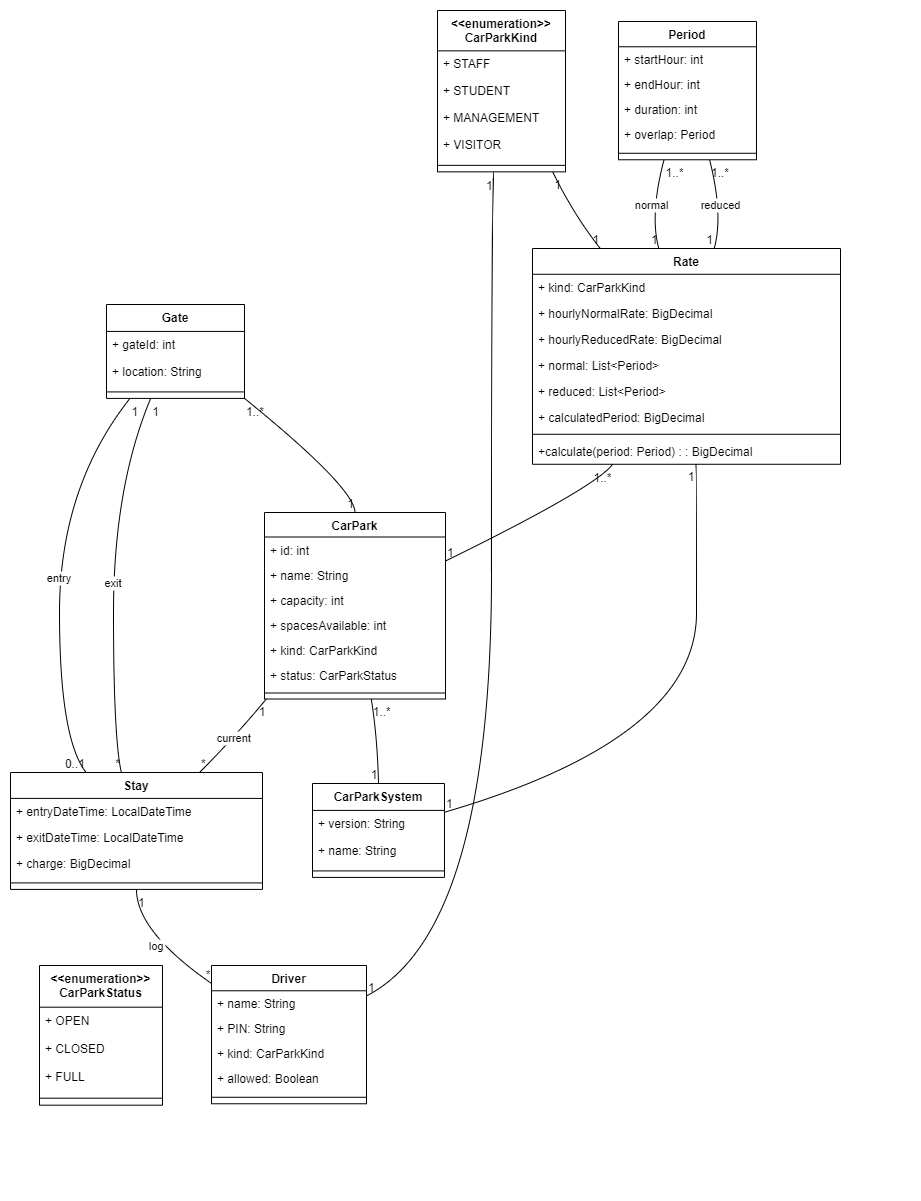
SamCull/VerificationRepeat keeps this draw.io diagram as src/cm/task4ClassDiagram.png. Above is the earlier version. Source tidied: cells renumbered, new cells last; positions are measured from the earlier drawing's top-left corner, leaving out a move shared by most shapes.
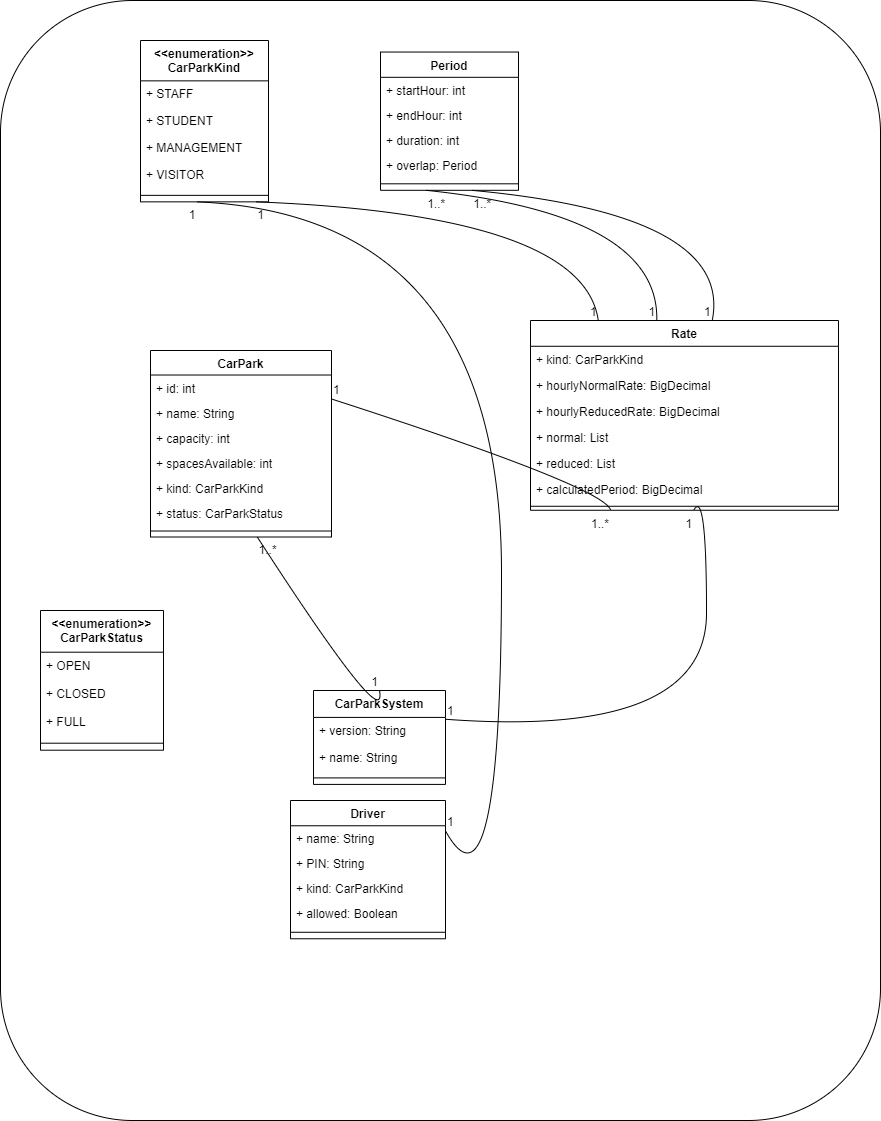
Later version of the same file.

Change to the diagram source:
```diff
@@ -4,7 +4,7 @@
     <mxCell id="1" parent="0" />
-    <mxCell id="2" style="rounded=0;whiteSpace=wrap;html=1;strokeColor=#FFFFFF;" parent="1" vertex="1">
-      <mxGeometry width="920" height="1200" as="geometry" />
-    </mxCell>
+    <mxCell id="92" style="rounded=1;whiteSpace=wrap;html=1;" parent="1" vertex="1">
+      <mxGeometry x="-10" width="880" height="1120" as="geometry" />
+    </mxCell>
-    <mxCell id="3" value="&lt;&lt;enumeration&gt;&gt;&#10;CarParkKind" style="swimlane;fontStyle=1;align=center;verticalAlign=top;horizontal=1;startSize=40.349998474121094;fillColor=default;" parent="1" vertex="1">
-      <mxGeometry x="437" y="10" width="128" height="161.3" as="geometry" />
+    <mxCell id="3" value="&lt;&lt;enumeration&gt;&gt;&#10;CarParkKind" style="swimlane;fontStyle=1;align=center;verticalAlign=top;horizontal=1;startSize=40.349998474121094;" parent="1" vertex="1">
+      <mxGeometry x="130" y="40" width="128" height="161.3" as="geometry" />
     </mxCell>
@@ -26,3 +26,3 @@
     <mxCell id="9" value="&lt;&lt;enumeration&gt;&gt;&#10;CarParkStatus" style="swimlane;fontStyle=1;align=center;verticalAlign=top;horizontal=1;startSize=41.7;" parent="1" vertex="1">
-      <mxGeometry x="39" y="965" width="123" height="139.7" as="geometry" />
+      <mxGeometry x="30" y="610" width="123" height="139.7" as="geometry" />
     </mxCell>
@@ -41,3 +41,3 @@
     <mxCell id="14" value="Driver" style="swimlane;fontStyle=1;align=center;verticalAlign=top;horizontal=1;startSize=25.272727272727273;" parent="1" vertex="1">
-      <mxGeometry x="211" y="965" width="155" height="138.3" as="geometry" />
+      <mxGeometry x="280" y="800" width="155" height="138.3" as="geometry" />
     </mxCell>
@@ -58,31 +58,4 @@
     </mxCell>
-    <mxCell id="20" value="Stay" style="swimlane;fontStyle=1;align=center;verticalAlign=top;horizontal=1;startSize=25.91111077202691;" parent="1" vertex="1">
-      <mxGeometry x="10" y="772" width="252" height="116.9" as="geometry" />
-    </mxCell>
-    <mxCell id="21" value="+ entryDateTime: LocalDateTime" style="text;strokeColor=none;fillColor=none;align=left;verticalAlign=top;spacingLeft=4;spacingRight=4;overflow=hidden;" parent="20" vertex="1">
-      <mxGeometry y="25.9" width="252" height="26" as="geometry" />
-    </mxCell>
-    <mxCell id="22" value="+ exitDateTime: LocalDateTime" style="text;strokeColor=none;fillColor=none;align=left;verticalAlign=top;spacingLeft=4;spacingRight=4;overflow=hidden;" parent="20" vertex="1">
-      <mxGeometry y="51.9" width="252" height="26" as="geometry" />
-    </mxCell>
-    <mxCell id="23" value="+ charge: BigDecimal" style="text;strokeColor=none;fillColor=none;align=left;verticalAlign=top;spacingLeft=4;spacingRight=4;overflow=hidden;" parent="20" vertex="1">
-      <mxGeometry y="77.9" width="252" height="26" as="geometry" />
-    </mxCell>
-    <mxCell id="24" style="line;strokeWidth=1;fillColor=none;align=left;verticalAlign=middle;spacingTop=-1;spacingLeft=3;spacingRight=3;labelPosition=right;strokeColor=inherit;" parent="20" vertex="1">
-      <mxGeometry y="103.9" width="252" height="13" as="geometry" />
-    </mxCell>
-    <mxCell id="25" value="Gate" style="swimlane;fontStyle=1;align=center;verticalAlign=top;horizontal=1;startSize=26.91428484235491;" parent="1" vertex="1">
-      <mxGeometry x="106" y="304" width="138" height="93.9" as="geometry" />
-    </mxCell>
-    <mxCell id="26" value="+ gateId: int" style="text;strokeColor=none;fillColor=none;align=left;verticalAlign=top;spacingLeft=4;spacingRight=4;overflow=hidden;" parent="25" vertex="1">
-      <mxGeometry y="26.9" width="138" height="27" as="geometry" />
-    </mxCell>
-    <mxCell id="27" value="+ location: String" style="text;strokeColor=none;fillColor=none;align=left;verticalAlign=top;spacingLeft=4;spacingRight=4;overflow=hidden;" parent="25" vertex="1">
-      <mxGeometry y="53.9" width="138" height="27" as="geometry" />
-    </mxCell>
-    <mxCell id="28" style="line;strokeWidth=1;fillColor=none;align=left;verticalAlign=middle;spacingTop=-1;spacingLeft=3;spacingRight=3;labelPosition=right;strokeColor=inherit;" parent="25" vertex="1">
-      <mxGeometry y="80.9" width="138" height="13" as="geometry" />
-    </mxCell>
     <mxCell id="29" value="CarParkSystem" style="swimlane;fontStyle=1;align=center;verticalAlign=top;horizontal=1;startSize=26.91428484235491;" parent="1" vertex="1">
-      <mxGeometry x="312" y="783" width="132" height="93.9" as="geometry" />
+      <mxGeometry x="303" y="690" width="132" height="93.9" as="geometry" />
     </mxCell>
@@ -98,3 +71,3 @@
     <mxCell id="33" value="CarPark" style="swimlane;fontStyle=1;align=center;verticalAlign=top;horizontal=1;startSize=24.50666707356771;" parent="1" vertex="1">
-      <mxGeometry x="264" y="512" width="181" height="186.5" as="geometry" />
+      <mxGeometry x="140" y="350" width="181" height="186.5" as="geometry" />
     </mxCell>
@@ -122,3 +95,3 @@
     <mxCell id="41" value="Period" style="swimlane;fontStyle=1;align=center;verticalAlign=top;horizontal=1;startSize=25.272727272727273;" parent="1" vertex="1">
-      <mxGeometry x="618" y="21" width="138" height="138.3" as="geometry" />
+      <mxGeometry x="370" y="51.5" width="138" height="138.3" as="geometry" />
     </mxCell>
@@ -140,3 +113,3 @@
     <mxCell id="47" value="Rate" style="swimlane;fontStyle=1;align=center;verticalAlign=top;horizontal=1;startSize=25.774999618530273;" parent="1" vertex="1">
-      <mxGeometry x="532" y="248" width="308" height="215.8" as="geometry" />
+      <mxGeometry x="520" y="320" width="308" height="189.8" as="geometry" />
     </mxCell>
@@ -151,6 +124,6 @@
     </mxCell>
-    <mxCell id="51" value="+ normal: List&lt;Period&gt;" style="text;strokeColor=none;fillColor=none;align=left;verticalAlign=top;spacingLeft=4;spacingRight=4;overflow=hidden;" parent="47" vertex="1">
+    <mxCell id="51" value="+ normal: List" style="text;strokeColor=none;fillColor=none;align=left;verticalAlign=top;spacingLeft=4;spacingRight=4;overflow=hidden;" parent="47" vertex="1">
       <mxGeometry y="103.8" width="308" height="26" as="geometry" />
     </mxCell>
-    <mxCell id="52" value="+ reduced: List&lt;Period&gt;" style="text;strokeColor=none;fillColor=none;align=left;verticalAlign=top;spacingLeft=4;spacingRight=4;overflow=hidden;" parent="47" vertex="1">
+    <mxCell id="52" value="+ reduced: List" style="text;strokeColor=none;fillColor=none;align=left;verticalAlign=top;spacingLeft=4;spacingRight=4;overflow=hidden;" parent="47" vertex="1">
       <mxGeometry y="129.8" width="308" height="26" as="geometry" />
@@ -163,5 +136,2 @@
     </mxCell>
-    <mxCell id="55" value="+calculate(period: Period) : : BigDecimal" style="text;strokeColor=none;fillColor=none;align=left;verticalAlign=top;spacingLeft=4;spacingRight=4;overflow=hidden;" parent="47" vertex="1">
-      <mxGeometry y="189.8" width="308" height="26" as="geometry" />
-    </mxCell>
     <mxCell id="56" style="curved=1;startArrow=none;endArrow=none;exitX=1;exitY=0.22;entryX=0.44;entryY=1;rounded=0;" parent="1" edge="1" source="14" target="3">
@@ -174,75 +144,8 @@
     </mxCell>
-    <mxCell id="57" value="1" style="edgeLabel;labelBackgroundColor=none;fontSize=12;align=left;verticalAlign=bottom;" parent="56" vertex="1">
-      <mxGeometry x="-1" relative="1" as="geometry" />
-    </mxCell>
-    <mxCell id="58" value="1" style="edgeLabel;labelBackgroundColor=none;fontSize=12;align=right;verticalAlign=top;" parent="56" vertex="1">
-      <mxGeometry x="1" relative="1" as="geometry" />
-    </mxCell>
-    <mxCell id="59" value="log" style="curved=1;startArrow=none;endArrow=none;exitX=0;exitY=0.13;entryX=0.5;entryY=1;rounded=0;" parent="1" edge="1" source="14" target="20">
-      <mxGeometry relative="1" as="geometry">
-        <Array as="points">
-          <mxPoint x="136" y="931" />
-        </Array>
-      </mxGeometry>
-    </mxCell>
-    <mxCell id="60" value="*" style="edgeLabel;labelBackgroundColor=none;fontSize=12;align=right;verticalAlign=bottom;" parent="59" vertex="1">
-      <mxGeometry x="-1" relative="1" as="geometry" />
-    </mxCell>
-    <mxCell id="61" value="1" style="edgeLabel;labelBackgroundColor=none;fontSize=12;align=left;verticalAlign=top;" parent="59" vertex="1">
-      <mxGeometry x="1" relative="1" as="geometry" />
-    </mxCell>
-    <mxCell id="62" value="entry" style="curved=1;startArrow=none;endArrow=none;exitX=0.3;exitY=0;entryX=0.17;entryY=1;rounded=0;" parent="1" edge="1" source="20" target="25">
-      <mxGeometry relative="1" as="geometry">
-        <Array as="points">
-          <mxPoint x="59" y="738" />
-          <mxPoint x="59" y="487" />
-        </Array>
-      </mxGeometry>
-    </mxCell>
-    <mxCell id="63" value="0..1" style="edgeLabel;labelBackgroundColor=none;fontSize=12;align=right;verticalAlign=bottom;" parent="62" vertex="1">
-      <mxGeometry x="-1" relative="1" as="geometry" />
-    </mxCell>
-    <mxCell id="64" value="1" style="edgeLabel;labelBackgroundColor=none;fontSize=12;align=left;verticalAlign=top;" parent="62" vertex="1">
-      <mxGeometry x="1" relative="1" as="geometry" />
-    </mxCell>
-    <mxCell id="65" value="current" style="curved=1;startArrow=none;endArrow=none;exitX=0.75;exitY=0;entryX=0.01;entryY=1;rounded=0;" parent="1" edge="1" source="20" target="33">
-      <mxGeometry relative="1" as="geometry">
-        <Array as="points">
-          <mxPoint x="233" y="738" />
-        </Array>
-      </mxGeometry>
-    </mxCell>
-    <mxCell id="66" value="*" style="edgeLabel;labelBackgroundColor=none;fontSize=12;align=left;verticalAlign=bottom;" parent="65" vertex="1">
-      <mxGeometry x="-1" relative="1" as="geometry" />
-    </mxCell>
-    <mxCell id="67" value="1" style="edgeLabel;labelBackgroundColor=none;fontSize=12;align=right;verticalAlign=top;" parent="65" vertex="1">
-      <mxGeometry x="1" relative="1" as="geometry" />
-    </mxCell>
-    <mxCell id="68" value="exit" style="curved=1;startArrow=none;endArrow=none;exitX=0.44;exitY=0;entryX=0.32;entryY=1;rounded=0;" parent="1" edge="1" source="20" target="25">
-      <mxGeometry relative="1" as="geometry">
-        <Array as="points">
-          <mxPoint x="113" y="738" />
-          <mxPoint x="113" y="487" />
-        </Array>
-      </mxGeometry>
-    </mxCell>
-    <mxCell id="69" value="*" style="edgeLabel;labelBackgroundColor=none;fontSize=12;align=right;verticalAlign=bottom;" parent="68" vertex="1">
-      <mxGeometry x="-1" relative="1" as="geometry" />
-    </mxCell>
-    <mxCell id="70" value="1" style="edgeLabel;labelBackgroundColor=none;fontSize=12;align=left;verticalAlign=top;" parent="68" vertex="1">
-      <mxGeometry x="1" relative="1" as="geometry" />
-    </mxCell>
-    <mxCell id="71" style="curved=1;startArrow=none;endArrow=none;exitX=0.5;exitY=0;entryX=1;entryY=1;rounded=0;" parent="1" edge="1" source="33" target="25">
-      <mxGeometry relative="1" as="geometry">
-        <Array as="points">
-          <mxPoint x="354" y="487" />
-        </Array>
-      </mxGeometry>
-    </mxCell>
-    <mxCell id="72" value="1" style="edgeLabel;labelBackgroundColor=none;fontSize=12;align=right;verticalAlign=bottom;" parent="71" vertex="1">
-      <mxGeometry x="-1" relative="1" as="geometry" />
-    </mxCell>
-    <mxCell id="73" value="1..*" style="edgeLabel;labelBackgroundColor=none;fontSize=12;align=left;verticalAlign=top;" parent="71" vertex="1">
-      <mxGeometry x="1" relative="1" as="geometry" />
-    </mxCell>
+    <mxCell id="93" value="1" style="edgeLabel;labelBackgroundColor=none;fontSize=12;align=left;verticalAlign=bottom;" parent="56" vertex="1">
+      <mxGeometry x="-1" relative="1" as="geometry" />
+    </mxCell>
+    <mxCell id="94" value="1" style="edgeLabel;labelBackgroundColor=none;fontSize=12;align=right;verticalAlign=top;" parent="56" vertex="1">
+      <mxGeometry x="1" relative="1" as="geometry" />
+    </mxCell>
     <mxCell id="74" style="curved=1;startArrow=none;endArrow=none;exitX=1;exitY=0.26;entryX=0.26;entryY=1;rounded=0;" parent="1" edge="1" source="33" target="47">
@@ -254,5 +157,5 @@
     </mxCell>
-    <mxCell id="75" value="1" style="edgeLabel;labelBackgroundColor=none;fontSize=12;align=left;verticalAlign=bottom;" parent="74" vertex="1">
-      <mxGeometry x="-1" relative="1" as="geometry" />
-    </mxCell>
+    <mxCell id="95" value="1" style="edgeLabel;labelBackgroundColor=none;fontSize=12;align=left;verticalAlign=bottom;" parent="74" vertex="1">
+      <mxGeometry x="-1" relative="1" as="geometry" />
+    </mxCell>
     <mxCell id="76" value="1..*" style="edgeLabel;labelBackgroundColor=none;fontSize=12;align=right;verticalAlign=top;" parent="74" vertex="1">
@@ -267,34 +170,34 @@
     </mxCell>
-    <mxCell id="78" value="1" style="edgeLabel;labelBackgroundColor=none;fontSize=12;align=right;verticalAlign=bottom;" parent="77" vertex="1">
-      <mxGeometry x="-1" relative="1" as="geometry" />
-    </mxCell>
-    <mxCell id="79" value="1" style="edgeLabel;labelBackgroundColor=none;fontSize=12;align=left;verticalAlign=top;" parent="77" vertex="1">
-      <mxGeometry x="1" relative="1" as="geometry" />
-    </mxCell>
-    <mxCell id="80" value="normal" style="curved=1;startArrow=none;endArrow=none;exitX=0.41;exitY=0;entryX=0.33;entryY=1;rounded=0;" parent="1" edge="1" source="47" target="41">
-      <mxGeometry relative="1" as="geometry">
-        <Array as="points">
-          <mxPoint x="649" y="214" />
-        </Array>
-      </mxGeometry>
-    </mxCell>
-    <mxCell id="81" value="1" style="edgeLabel;labelBackgroundColor=none;fontSize=12;align=right;verticalAlign=bottom;" parent="80" vertex="1">
-      <mxGeometry x="-1" relative="1" as="geometry" />
-    </mxCell>
-    <mxCell id="82" value="1..*" style="edgeLabel;labelBackgroundColor=none;fontSize=12;align=left;verticalAlign=top;" parent="80" vertex="1">
-      <mxGeometry x="1" relative="1" as="geometry" />
-    </mxCell>
-    <mxCell id="83" value="reduced" style="curved=1;startArrow=none;endArrow=none;exitX=0.59;exitY=0;entryX=0.66;entryY=1;rounded=0;" parent="1" edge="1" source="47" target="41">
-      <mxGeometry relative="1" as="geometry">
-        <Array as="points">
-          <mxPoint x="723" y="214" />
-        </Array>
-      </mxGeometry>
-    </mxCell>
-    <mxCell id="84" value="1" style="edgeLabel;labelBackgroundColor=none;fontSize=12;align=right;verticalAlign=bottom;" parent="83" vertex="1">
-      <mxGeometry x="-1" relative="1" as="geometry" />
-    </mxCell>
-    <mxCell id="85" value="1..*" style="edgeLabel;labelBackgroundColor=none;fontSize=12;align=left;verticalAlign=top;" parent="83" vertex="1">
-      <mxGeometry x="1" relative="1" as="geometry" />
-    </mxCell>
+    <mxCell id="96" value="1" style="edgeLabel;labelBackgroundColor=none;fontSize=12;align=right;verticalAlign=bottom;" parent="77" vertex="1">
+      <mxGeometry x="-1" relative="1" as="geometry" />
+    </mxCell>
+    <mxCell id="97" value="1" style="edgeLabel;labelBackgroundColor=none;fontSize=12;align=left;verticalAlign=top;" parent="77" vertex="1">
+      <mxGeometry x="1" relative="1" as="geometry" />
+    </mxCell>
+    <mxCell id="98" style="curved=1;startArrow=none;endArrow=none;exitX=0.41;exitY=0;entryX=0.33;entryY=1;rounded=0;" parent="1" edge="1" source="47" target="41">
+      <mxGeometry relative="1" as="geometry">
+        <Array as="points">
+          <mxPoint x="649" y="214" />
+        </Array>
+      </mxGeometry>
+    </mxCell>
+    <mxCell id="99" value="1" style="edgeLabel;labelBackgroundColor=none;fontSize=12;align=right;verticalAlign=bottom;" parent="98" vertex="1">
+      <mxGeometry x="-1" relative="1" as="geometry" />
+    </mxCell>
+    <mxCell id="100" value="1..*" style="edgeLabel;labelBackgroundColor=none;fontSize=12;align=left;verticalAlign=top;" parent="98" vertex="1">
+      <mxGeometry x="1" relative="1" as="geometry" />
+    </mxCell>
+    <mxCell id="101" style="curved=1;startArrow=none;endArrow=none;exitX=0.59;exitY=0;entryX=0.66;entryY=1;rounded=0;" parent="1" edge="1" source="47" target="41">
+      <mxGeometry relative="1" as="geometry">
+        <Array as="points">
+          <mxPoint x="723" y="214" />
+        </Array>
+      </mxGeometry>
+    </mxCell>
+    <mxCell id="102" value="1" style="edgeLabel;labelBackgroundColor=none;fontSize=12;align=right;verticalAlign=bottom;" parent="101" vertex="1">
+      <mxGeometry x="-1" relative="1" as="geometry" />
+    </mxCell>
+    <mxCell id="103" value="1..*" style="edgeLabel;labelBackgroundColor=none;fontSize=12;align=left;verticalAlign=top;" parent="101" vertex="1">
+      <mxGeometry x="1" relative="1" as="geometry" />
+    </mxCell>
     <mxCell id="86" style="curved=1;startArrow=none;endArrow=none;exitX=0.5;exitY=0;entryX=0.59;entryY=1;rounded=0;" parent="1" edge="1" source="29" target="33">
@@ -306,8 +209,8 @@
     </mxCell>
-    <mxCell id="87" value="1" style="edgeLabel;labelBackgroundColor=none;fontSize=12;align=right;verticalAlign=bottom;" parent="86" vertex="1">
-      <mxGeometry x="-1" relative="1" as="geometry" />
-    </mxCell>
-    <mxCell id="88" value="1..*" style="edgeLabel;labelBackgroundColor=none;fontSize=12;align=left;verticalAlign=top;" parent="86" vertex="1">
-      <mxGeometry x="1" relative="1" as="geometry" />
-    </mxCell>
+    <mxCell id="104" value="1" style="edgeLabel;labelBackgroundColor=none;fontSize=12;align=right;verticalAlign=bottom;" parent="86" vertex="1">
+      <mxGeometry x="-1" relative="1" as="geometry" />
+    </mxCell>
+    <mxCell id="105" value="1..*" style="edgeLabel;labelBackgroundColor=none;fontSize=12;align=left;verticalAlign=top;" parent="86" vertex="1">
+      <mxGeometry x="1" relative="1" as="geometry" />
+    </mxCell>
     <mxCell id="89" style="curved=1;startArrow=none;endArrow=none;exitX=0.99;exitY=0.31;entryX=0.53;entryY=1;rounded=0;" parent="1" edge="1" source="29" target="47">
@@ -320,8 +223,8 @@
     </mxCell>
-    <mxCell id="90" value="1" style="edgeLabel;labelBackgroundColor=none;fontSize=12;align=left;verticalAlign=bottom;" parent="89" vertex="1">
-      <mxGeometry x="-1" relative="1" as="geometry" />
-    </mxCell>
-    <mxCell id="91" value="1" style="edgeLabel;labelBackgroundColor=none;fontSize=12;align=right;verticalAlign=top;" parent="89" vertex="1">
-      <mxGeometry x="1" relative="1" as="geometry" />
-    </mxCell>
+    <mxCell id="106" value="1" style="edgeLabel;labelBackgroundColor=none;fontSize=12;align=left;verticalAlign=bottom;" parent="89" vertex="1">
+      <mxGeometry x="-1" relative="1" as="geometry" />
+    </mxCell>
+    <mxCell id="107" value="1" style="edgeLabel;labelBackgroundColor=none;fontSize=12;align=right;verticalAlign=top;" parent="89" vertex="1">
+      <mxGeometry x="1" relative="1" as="geometry" />
+    </mxCell>
   </root>
```
